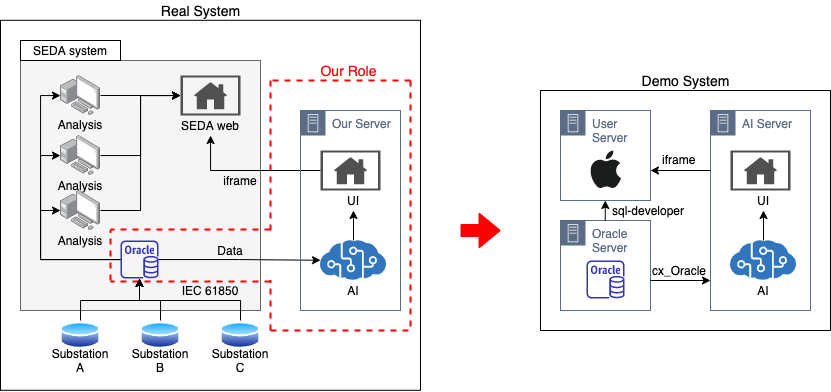
shkim-Pandamon/pandamon.github.io keeps this draw.io diagram as images/2021-03-22-demo_system_0_fig1.png. Above is the earlier version. Source tidied: cells renumbered, new cells last; positions are measured from the earlier drawing's top-left corner, leaving out a move shared by most shapes. Its diagram source:
```xml
<mxGraphModel>
  <root>
    <mxCell id="0" />
    <mxCell id="1" parent="0" />
    <mxCell id="2" style="rounded=0;whiteSpace=wrap;html=1;fontSize=12;fontColor=#000000;align=left;" parent="1" vertex="1">
      <mxGeometry x="540" y="90" width="290" height="240" as="geometry" />
    </mxCell>
    <mxCell id="3" style="group;" parent="1" vertex="1">
      <mxGeometry y="20" width="420" height="370" as="geometry" />
    </mxCell>
    <mxCell id="4" style="group;" parent="3" vertex="1">
      <mxGeometry x="20" y="20" width="400" height="349.8" as="geometry" />
    </mxCell>
    <mxCell id="5" style="rounded=0;whiteSpace=wrap;html=1;" parent="4" vertex="1">
      <mxGeometry x="-20" y="-20.2" width="420" height="370" as="geometry" />
    </mxCell>
    <mxCell id="6" style="rounded=0;whiteSpace=wrap;html=1;fillColor=#f5f5f5;strokeColor=#666666;fontColor=#333333;" parent="4" vertex="1">
      <mxGeometry y="20" width="240" height="250" as="geometry" />
    </mxCell>
    <mxCell id="7" style="points=[];html=1;align=center;shadow=0;dashed=0;image;image=img/lib/allied_telesis/computer_and_terminals/Personal_Computer_with_Server.svg;fillColor=none;" parent="4" vertex="1">
      <mxGeometry x="40" y="35" width="40" height="40" as="geometry" />
    </mxCell>
    <mxCell id="8" style="points=[];html=1;align=center;shadow=0;dashed=0;image;image=img/lib/allied_telesis/computer_and_terminals/Personal_Computer_with_Server.svg;fillColor=none;" parent="4" vertex="1">
      <mxGeometry x="40" y="95" width="40" height="40" as="geometry" />
    </mxCell>
    <mxCell id="9" style="points=[];html=1;align=center;shadow=0;dashed=0;image;image=img/lib/allied_telesis/computer_and_terminals/Personal_Computer_with_Server.svg;fillColor=none;" parent="4" vertex="1">
      <mxGeometry x="40" y="150" width="40" height="40" as="geometry" />
    </mxCell>
    <mxCell id="10" value="Analysis" style="text;html=1;strokeColor=none;fillColor=none;align=center;verticalAlign=middle;whiteSpace=wrap;rounded=0;" parent="4" vertex="1">
      <mxGeometry x="40" y="74" width="40" height="20" as="geometry" />
    </mxCell>
    <mxCell id="11" value="Analysis" style="text;html=1;strokeColor=none;fillColor=none;align=center;verticalAlign=middle;whiteSpace=wrap;rounded=0;" parent="4" vertex="1">
      <mxGeometry x="40" y="135" width="40" height="20" as="geometry" />
    </mxCell>
    <mxCell id="12" value="Analysis" style="text;html=1;strokeColor=none;fillColor=none;align=center;verticalAlign=middle;whiteSpace=wrap;rounded=0;" parent="4" vertex="1">
      <mxGeometry x="40" y="190" width="40" height="20" as="geometry" />
    </mxCell>
    <mxCell id="13" style="perimeter=ellipsePerimeter;html=1;align=center;shadow=0;dashed=0;spacingTop=3;image;image=img/lib/active_directory/database.svg;" parent="4" vertex="1">
      <mxGeometry x="40" y="280" width="40" height="29.6" as="geometry" />
    </mxCell>
    <mxCell id="14" style="perimeter=ellipsePerimeter;html=1;align=center;shadow=0;dashed=0;spacingTop=3;image;image=img/lib/active_directory/database.svg;" parent="4" vertex="1">
      <mxGeometry x="120" y="280" width="40" height="29.6" as="geometry" />
    </mxCell>
    <mxCell id="15" style="perimeter=ellipsePerimeter;html=1;align=center;shadow=0;dashed=0;spacingTop=3;image;image=img/lib/active_directory/database.svg;" parent="4" vertex="1">
      <mxGeometry x="200" y="280" width="40" height="29.6" as="geometry" />
    </mxCell>
    <mxCell id="16" value="Substation&lt;br&gt;A" style="text;html=1;strokeColor=none;fillColor=none;align=center;verticalAlign=middle;whiteSpace=wrap;rounded=0;" parent="4" vertex="1">
      <mxGeometry x="40" y="309.6" width="40" height="20" as="geometry" />
    </mxCell>
    <mxCell id="17" value="Substation&lt;br&gt;B" style="text;html=1;strokeColor=none;fillColor=none;align=center;verticalAlign=middle;whiteSpace=wrap;rounded=0;" parent="4" vertex="1">
      <mxGeometry x="120" y="309.6" width="40" height="20" as="geometry" />
    </mxCell>
    <mxCell id="18" value="Substation&lt;br&gt;C" style="text;html=1;strokeColor=none;fillColor=none;align=center;verticalAlign=middle;whiteSpace=wrap;rounded=0;" parent="4" vertex="1">
      <mxGeometry x="200" y="309.6" width="40" height="20" as="geometry" />
    </mxCell>
    <mxCell id="19" value="SEDA system" style="rounded=0;whiteSpace=wrap;html=1;" parent="4" vertex="1">
      <mxGeometry width="100" height="20" as="geometry" />
    </mxCell>
    <mxCell id="20" style="edgeStyle=orthogonalEdgeStyle;rounded=0;jettySize=auto;html=1;" parent="4" edge="1" source="23" target="9">
      <mxGeometry relative="1" as="geometry">
        <Array as="points">
          <mxPoint x="20" y="219" />
          <mxPoint x="20" y="170" />
        </Array>
      </mxGeometry>
    </mxCell>
    <mxCell id="21" style="edgeStyle=orthogonalEdgeStyle;rounded=0;jettySize=auto;html=1;" parent="4" edge="1" source="23" target="8">
      <mxGeometry relative="1" as="geometry">
        <Array as="points">
          <mxPoint x="20" y="219" />
          <mxPoint x="20" y="115" />
        </Array>
      </mxGeometry>
    </mxCell>
    <mxCell id="22" style="edgeStyle=orthogonalEdgeStyle;rounded=0;jettySize=auto;html=1;" parent="4" edge="1" source="23" target="7">
      <mxGeometry relative="1" as="geometry">
        <Array as="points">
          <mxPoint x="20" y="219" />
          <mxPoint x="20" y="55" />
        </Array>
      </mxGeometry>
    </mxCell>
    <mxCell id="23" style="outlineConnect=0;fontColor=#232F3E;gradientColor=none;fillColor=#3334B9;strokeColor=none;dashed=0;verticalLabelPosition=bottom;verticalAlign=top;align=center;html=1;fontSize=12;fontStyle=0;shape=mxgraph.aws4.rds_oracle_instance;" parent="4" vertex="1">
      <mxGeometry x="100" y="200" width="38" height="38" as="geometry" />
    </mxCell>
    <mxCell id="24" style="edgeStyle=orthogonalEdgeStyle;rounded=0;jettySize=auto;html=1;exitX=0.5;exitY=0;exitDx=0;exitDy=0;" parent="4" edge="1" source="13" target="23">
      <mxGeometry relative="1" as="geometry">
        <Array as="points">
          <mxPoint x="60" y="260" />
          <mxPoint x="119" y="260" />
        </Array>
      </mxGeometry>
    </mxCell>
    <mxCell id="25" style="edgeStyle=orthogonalEdgeStyle;rounded=0;jettySize=auto;html=1;exitX=0.5;exitY=0;exitDx=0;exitDy=0;" parent="4" edge="1" source="14" target="23">
      <mxGeometry relative="1" as="geometry">
        <Array as="points">
          <mxPoint x="140" y="260" />
          <mxPoint x="119" y="260" />
        </Array>
      </mxGeometry>
    </mxCell>
    <mxCell id="26" style="edgeStyle=orthogonalEdgeStyle;rounded=0;jettySize=auto;html=1;exitX=0.5;exitY=0;exitDx=0;exitDy=0;" parent="4" edge="1" source="15" target="23">
      <mxGeometry relative="1" as="geometry">
        <Array as="points">
          <mxPoint x="220" y="260" />
          <mxPoint x="119" y="260" />
        </Array>
      </mxGeometry>
    </mxCell>
    <mxCell id="27" style="edgeStyle=orthogonalEdgeStyle;rounded=0;jettySize=auto;html=1;" parent="4" edge="1" source="23" target="43">
      <mxGeometry relative="1" as="geometry" />
    </mxCell>
    <mxCell id="28" style="shadow=0;dashed=0;html=1;strokeColor=none;fillColor=#505050;labelPosition=center;verticalLabelPosition=bottom;verticalAlign=top;outlineConnect=0;align=center;shape=mxgraph.office.concepts.home_page;" parent="4" vertex="1">
      <mxGeometry x="160" y="35" width="60" height="40" as="geometry" />
    </mxCell>
    <mxCell id="29" style="edgeStyle=orthogonalEdgeStyle;rounded=0;jettySize=auto;html=1;" parent="4" edge="1" source="7" target="28">
      <mxGeometry relative="1" as="geometry" />
    </mxCell>
    <mxCell id="30" style="edgeStyle=orthogonalEdgeStyle;rounded=0;jettySize=auto;html=1;" parent="4" edge="1" source="8" target="28">
      <mxGeometry relative="1" as="geometry">
        <Array as="points">
          <mxPoint x="120" y="115" />
          <mxPoint x="120" y="55" />
        </Array>
      </mxGeometry>
    </mxCell>
    <mxCell id="31" style="edgeStyle=orthogonalEdgeStyle;rounded=0;jettySize=auto;html=1;" parent="4" edge="1" source="9" target="28">
      <mxGeometry relative="1" as="geometry">
        <Array as="points">
          <mxPoint x="120" y="170" />
          <mxPoint x="120" y="55" />
        </Array>
      </mxGeometry>
    </mxCell>
    <mxCell id="32" value="SEDA web" style="text;html=1;strokeColor=none;fillColor=none;align=center;verticalAlign=middle;whiteSpace=wrap;rounded=0;" parent="4" vertex="1">
      <mxGeometry x="140" y="75" width="100" height="20" as="geometry" />
    </mxCell>
    <mxCell id="33" style="edgeStyle=orthogonalEdgeStyle;rounded=0;jettySize=auto;html=1;" parent="4" edge="1" source="47" target="32">
      <mxGeometry relative="1" as="geometry" />
    </mxCell>
    <mxCell id="34" value="IEC 61850" style="text;html=1;strokeColor=none;fillColor=none;align=center;verticalAlign=middle;whiteSpace=wrap;rounded=0;" parent="4" vertex="1">
      <mxGeometry x="160" y="239.6" width="60" height="20" as="geometry" />
    </mxCell>
    <mxCell id="35" value="iframe" style="text;html=1;strokeColor=none;fillColor=none;align=center;verticalAlign=middle;whiteSpace=wrap;rounded=0;" parent="4" vertex="1">
      <mxGeometry x="190" y="130" width="60" height="20" as="geometry" />
    </mxCell>
    <mxCell id="36" value="Data" style="text;html=1;strokeColor=none;fillColor=none;align=center;verticalAlign=middle;whiteSpace=wrap;rounded=0;" parent="4" vertex="1">
      <mxGeometry x="180" y="200" width="60" height="20" as="geometry" />
    </mxCell>
    <mxCell id="37" style="endArrow=none;dashed=1;html=1;fontSize=14;strokeColor=#FF0000;strokeWidth=2;" parent="4" edge="1">
      <mxGeometry relative="1" as="geometry">
        <mxPoint x="250" y="189" as="sourcePoint" />
        <mxPoint x="90" y="189" as="targetPoint" />
      </mxGeometry>
    </mxCell>
    <mxCell id="38" style="endArrow=none;dashed=1;html=1;fontSize=14;strokeColor=#FF0000;strokeWidth=2;" parent="4" edge="1">
      <mxGeometry relative="1" as="geometry">
        <mxPoint x="250" y="241" as="sourcePoint" />
        <mxPoint x="90" y="241" as="targetPoint" />
      </mxGeometry>
    </mxCell>
    <mxCell id="39" style="endArrow=none;dashed=1;html=1;fontSize=14;strokeColor=#FF0000;strokeWidth=2;" parent="4" edge="1">
      <mxGeometry relative="1" as="geometry">
        <mxPoint x="90" y="240" as="sourcePoint" />
        <mxPoint x="90" y="190" as="targetPoint" />
      </mxGeometry>
    </mxCell>
    <mxCell id="40" value="&lt;font color=&quot;#ff0000&quot;&gt;Our Role&lt;/font&gt;" style="text;html=1;align=center;verticalAlign=middle;fontSize=14;" parent="4" vertex="1">
      <mxGeometry x="293" y="20" width="70" height="20" as="geometry" />
    </mxCell>
    <mxCell id="41" style="group;" parent="4" vertex="1">
      <mxGeometry x="280" y="70" width="103" height="200" as="geometry" />
    </mxCell>
    <mxCell id="42" value="Our Server" style="gradientColor=none;html=1;whiteSpace=wrap;fontSize=12;fontStyle=0;shape=mxgraph.aws4.group;grIcon=mxgraph.aws4.group_on_premise;strokeColor=#5A6C86;fillColor=none;verticalAlign=top;align=left;spacingLeft=30;fontColor=#5A6C86;dashed=0;" parent="41" vertex="1">
      <mxGeometry width="100" height="200" as="geometry" />
    </mxCell>
    <mxCell id="43" style="html=1;points=[];align=center;image;fontSize=12;image=img/lib/mscae/Cognitive_Services.svg;fillColor=none;" parent="41" vertex="1">
      <mxGeometry x="20" y="130" width="66" height="39.6" as="geometry" />
    </mxCell>
    <mxCell id="44" value="AI" style="text;html=1;strokeColor=none;fillColor=none;align=center;verticalAlign=middle;whiteSpace=wrap;rounded=0;" parent="41" vertex="1">
      <mxGeometry x="23" y="169.6" width="60" height="20" as="geometry" />
    </mxCell>
    <mxCell id="45" style="edgeStyle=orthogonalEdgeStyle;rounded=0;jettySize=auto;html=1;entryX=0.5;entryY=1;entryDx=0;entryDy=0;" parent="41" edge="1" source="43" target="48">
      <mxGeometry relative="1" as="geometry" />
    </mxCell>
    <mxCell id="46" style="group;" parent="41" vertex="1">
      <mxGeometry x="3" y="40" width="100" height="60" as="geometry" />
    </mxCell>
    <mxCell id="47" style="shadow=0;dashed=0;html=1;strokeColor=none;fillColor=#505050;labelPosition=center;verticalLabelPosition=bottom;verticalAlign=top;outlineConnect=0;align=center;shape=mxgraph.office.concepts.home_page;" parent="46" vertex="1">
      <mxGeometry x="17" width="60" height="40" as="geometry" />
    </mxCell>
    <mxCell id="48" value="UI" style="text;html=1;strokeColor=none;fillColor=none;align=center;verticalAlign=middle;whiteSpace=wrap;rounded=0;" parent="46" vertex="1">
      <mxGeometry y="40" width="100" height="20" as="geometry" />
    </mxCell>
    <mxCell id="49" value="Real System" style="text;html=1;align=center;verticalAlign=middle;fontSize=14;" parent="1" vertex="1">
      <mxGeometry x="155" width="90" height="20" as="geometry" />
    </mxCell>
    <mxCell id="50" style="endArrow=none;dashed=1;html=1;fontSize=14;strokeColor=#FF0000;strokeWidth=2;" parent="1" edge="1">
      <mxGeometry relative="1" as="geometry">
        <mxPoint x="270" y="230" as="sourcePoint" />
        <mxPoint x="270" y="80" as="targetPoint" />
      </mxGeometry>
    </mxCell>
    <mxCell id="51" style="endArrow=none;dashed=1;html=1;fontSize=14;strokeColor=#FF0000;strokeWidth=2;" parent="1" edge="1">
      <mxGeometry relative="1" as="geometry">
        <mxPoint x="410" y="80" as="sourcePoint" />
        <mxPoint x="270" y="80" as="targetPoint" />
      </mxGeometry>
    </mxCell>
    <mxCell id="52" style="endArrow=none;dashed=1;html=1;fontSize=14;strokeColor=#FF0000;strokeWidth=2;" parent="1" edge="1">
      <mxGeometry relative="1" as="geometry">
        <mxPoint x="410" y="80" as="sourcePoint" />
        <mxPoint x="410" y="330" as="targetPoint" />
      </mxGeometry>
    </mxCell>
    <mxCell id="53" style="endArrow=none;dashed=1;html=1;fontSize=14;strokeColor=#FF0000;strokeWidth=2;" parent="1" edge="1">
      <mxGeometry relative="1" as="geometry">
        <mxPoint x="270" y="330" as="sourcePoint" />
        <mxPoint x="410" y="330" as="targetPoint" />
      </mxGeometry>
    </mxCell>
    <mxCell id="54" style="endArrow=none;dashed=1;html=1;fontSize=14;strokeColor=#FF0000;strokeWidth=2;" parent="1" edge="1">
      <mxGeometry relative="1" as="geometry">
        <mxPoint x="270" y="330" as="sourcePoint" />
        <mxPoint x="270" y="280" as="targetPoint" />
      </mxGeometry>
    </mxCell>
    <mxCell id="55" style="shape=flexArrow;endArrow=classic;html=1;strokeColor=#FF0000;strokeWidth=2;fontSize=14;fontColor=#FF0000;fillColor=#FF0000;" parent="1" edge="1">
      <mxGeometry relative="1" as="geometry">
        <mxPoint x="460" y="230" as="sourcePoint" />
        <mxPoint x="500" y="230" as="targetPoint" />
      </mxGeometry>
    </mxCell>
    <mxCell id="56" style="group;" parent="1" vertex="1">
      <mxGeometry x="560" y="110" width="270" height="220" as="geometry" />
    </mxCell>
    <mxCell id="57" style="group;" parent="56" vertex="1">
      <mxGeometry x="150" width="103" height="200" as="geometry" />
    </mxCell>
    <mxCell id="58" value="AI Server" style="gradientColor=none;html=1;whiteSpace=wrap;fontSize=12;fontStyle=0;shape=mxgraph.aws4.group;grIcon=mxgraph.aws4.group_on_premise;strokeColor=#5A6C86;fillColor=none;verticalAlign=top;align=left;spacingLeft=30;fontColor=#5A6C86;dashed=0;" parent="57" vertex="1">
      <mxGeometry width="100" height="200" as="geometry" />
    </mxCell>
    <mxCell id="59" style="html=1;points=[];align=center;image;fontSize=12;image=img/lib/mscae/Cognitive_Services.svg;fillColor=none;" parent="57" vertex="1">
      <mxGeometry x="20" y="130" width="66" height="39.6" as="geometry" />
    </mxCell>
    <mxCell id="60" value="AI" style="text;html=1;strokeColor=none;fillColor=none;align=center;verticalAlign=middle;whiteSpace=wrap;rounded=0;" parent="57" vertex="1">
      <mxGeometry x="23" y="169.6" width="60" height="20" as="geometry" />
    </mxCell>
    <mxCell id="61" style="edgeStyle=orthogonalEdgeStyle;rounded=0;jettySize=auto;html=1;entryX=0.5;entryY=1;entryDx=0;entryDy=0;" parent="57" edge="1" source="59" target="64">
      <mxGeometry relative="1" as="geometry" />
    </mxCell>
    <mxCell id="62" style="group;" parent="57" vertex="1">
      <mxGeometry x="3" y="40" width="100" height="60" as="geometry" />
    </mxCell>
    <mxCell id="63" style="shadow=0;dashed=0;html=1;strokeColor=none;fillColor=#505050;labelPosition=center;verticalLabelPosition=bottom;verticalAlign=top;align=center;shape=mxgraph.office.concepts.home_page;" parent="62" vertex="1">
      <mxGeometry x="17" width="60" height="40" as="geometry" />
    </mxCell>
    <mxCell id="64" value="UI" style="text;html=1;strokeColor=none;fillColor=none;align=center;verticalAlign=middle;whiteSpace=wrap;rounded=0;" parent="62" vertex="1">
      <mxGeometry y="40" width="100" height="20" as="geometry" />
    </mxCell>
    <mxCell id="65" style="group;" parent="56" vertex="1">
      <mxGeometry y="110" width="90" height="90" as="geometry" />
    </mxCell>
    <mxCell id="66" style="fontColor=#232F3E;gradientColor=none;fillColor=#3334B9;strokeColor=none;dashed=0;verticalLabelPosition=bottom;verticalAlign=top;align=center;html=1;fontSize=12;fontStyle=0;shape=mxgraph.aws4.rds_oracle_instance;" parent="65" vertex="1">
      <mxGeometry x="26" y="40" width="38" height="38" as="geometry" />
    </mxCell>
    <mxCell id="67" value="Oracle Server" style="gradientColor=none;html=1;whiteSpace=wrap;fontSize=12;fontStyle=0;shape=mxgraph.aws4.group;grIcon=mxgraph.aws4.group_on_premise;strokeColor=#5A6C86;fillColor=none;verticalAlign=top;align=left;spacingLeft=30;fontColor=#5A6C86;dashed=0;" parent="65" vertex="1">
      <mxGeometry width="90" height="90" as="geometry" />
    </mxCell>
    <mxCell id="68" style="group;" parent="56" vertex="1">
      <mxGeometry width="270" height="220" as="geometry" />
    </mxCell>
    <mxCell id="69" value="User Server" style="gradientColor=none;html=1;whiteSpace=wrap;fontSize=12;fontStyle=0;shape=mxgraph.aws4.group;grIcon=mxgraph.aws4.group_on_premise;strokeColor=#5A6C86;fillColor=none;verticalAlign=top;align=left;spacingLeft=30;fontColor=#5A6C86;dashed=0;" parent="68" vertex="1">
      <mxGeometry width="90" height="90" as="geometry" />
    </mxCell>
    <mxCell id="70" style="dashed=0;html=1;align=center;labelPosition=center;verticalLabelPosition=bottom;verticalAlign=top;shape=mxgraph.weblogos.apple;fillColor=#1B1C1C;strokeColor=none;fontSize=14;fontColor=#FF0000;" parent="68" vertex="1">
      <mxGeometry x="29.4" y="40" width="31.2" height="38.1" as="geometry" />
    </mxCell>
    <mxCell id="71" style="endArrow=classic;html=1;strokeColor=#000000;strokeWidth=1;fillColor=#FF0000;fontSize=14;fontColor=#FF0000;" parent="56" edge="1">
      <mxGeometry relative="1" as="geometry">
        <mxPoint x="150" y="60" as="sourcePoint" />
        <mxPoint x="90" y="60" as="targetPoint" />
      </mxGeometry>
    </mxCell>
    <mxCell id="72" style="endArrow=classic;html=1;strokeColor=#000000;strokeWidth=1;fillColor=#FF0000;fontSize=14;fontColor=#FF0000;" parent="56" edge="1">
      <mxGeometry relative="1" as="geometry">
        <mxPoint x="90" y="170" as="sourcePoint" />
        <mxPoint x="150" y="170" as="targetPoint" />
      </mxGeometry>
    </mxCell>
    <mxCell id="73" style="endArrow=classic;html=1;strokeColor=#000000;strokeWidth=1;fillColor=#FF0000;fontSize=14;fontColor=#FF0000;" parent="56" edge="1">
      <mxGeometry relative="1" as="geometry">
        <mxPoint x="44.8" y="110" as="sourcePoint" />
        <mxPoint x="44.8" y="90" as="targetPoint" />
      </mxGeometry>
    </mxCell>
    <mxCell id="74" value="cx_Oracle" style="text;html=1;strokeColor=none;fillColor=none;align=left;verticalAlign=middle;whiteSpace=wrap;rounded=0;fontSize=12;" parent="56" vertex="1">
      <mxGeometry x="90" y="150" width="40" height="20" as="geometry" />
    </mxCell>
    <mxCell id="75" value="sql-developer" style="text;html=1;strokeColor=none;fillColor=none;align=left;verticalAlign=middle;whiteSpace=wrap;rounded=0;fontSize=12;" parent="56" vertex="1">
      <mxGeometry x="50" y="90" width="80" height="20" as="geometry" />
    </mxCell>
    <mxCell id="76" value="iframe" style="text;html=1;strokeColor=none;fillColor=none;align=left;verticalAlign=middle;whiteSpace=wrap;rounded=0;fontSize=12;" parent="56" vertex="1">
      <mxGeometry x="100" y="39.1" width="40" height="20" as="geometry" />
    </mxCell>
    <mxCell id="77" value="Demo System" style="text;html=1;align=center;verticalAlign=middle;fontSize=14;" parent="1" vertex="1">
      <mxGeometry x="635" y="70" width="100" height="20" as="geometry" />
    </mxCell>
  </root>
</mxGraphModel>
```
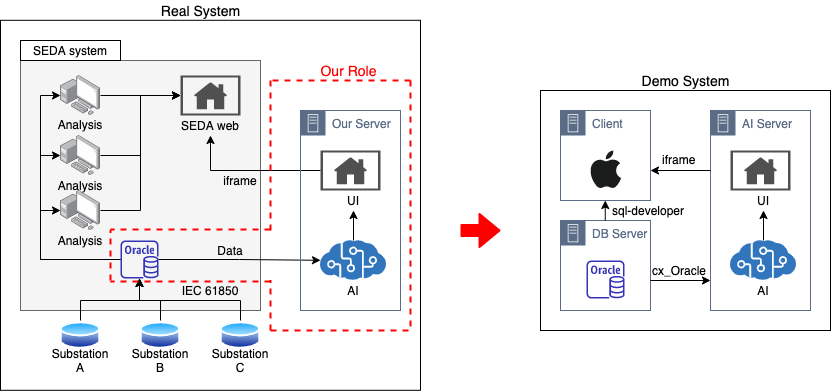
After the commit.

What changed in the source:
```diff
@@ -264,13 +264,13 @@
     <mxCell id="66" style="fontColor=#232F3E;gradientColor=none;fillColor=#3334B9;strokeColor=none;dashed=0;verticalLabelPosition=bottom;verticalAlign=top;align=center;html=1;fontSize=12;fontStyle=0;shape=mxgraph.aws4.rds_oracle_instance;" parent="65" vertex="1">
       <mxGeometry x="26" y="40" width="38" height="38" as="geometry" />
     </mxCell>
-    <mxCell id="67" value="Oracle Server" style="gradientColor=none;html=1;whiteSpace=wrap;fontSize=12;fontStyle=0;shape=mxgraph.aws4.group;grIcon=mxgraph.aws4.group_on_premise;strokeColor=#5A6C86;fillColor=none;verticalAlign=top;align=left;spacingLeft=30;fontColor=#5A6C86;dashed=0;" parent="65" vertex="1">
+    <mxCell id="67" value="DB Server" style="gradientColor=none;html=1;whiteSpace=wrap;fontSize=12;fontStyle=0;shape=mxgraph.aws4.group;grIcon=mxgraph.aws4.group_on_premise;strokeColor=#5A6C86;fillColor=none;verticalAlign=top;align=left;spacingLeft=30;fontColor=#5A6C86;dashed=0;" parent="65" vertex="1">
       <mxGeometry width="90" height="90" as="geometry" />
     </mxCell>
     <mxCell id="68" style="group;" parent="56" vertex="1">
       <mxGeometry width="270" height="220" as="geometry" />
     </mxCell>
-    <mxCell id="69" value="User Server" style="gradientColor=none;html=1;whiteSpace=wrap;fontSize=12;fontStyle=0;shape=mxgraph.aws4.group;grIcon=mxgraph.aws4.group_on_premise;strokeColor=#5A6C86;fillColor=none;verticalAlign=top;align=left;spacingLeft=30;fontColor=#5A6C86;dashed=0;" parent="68" vertex="1">
+    <mxCell id="69" value="Client" style="gradientColor=none;html=1;whiteSpace=wrap;fontSize=12;fontStyle=0;shape=mxgraph.aws4.group;grIcon=mxgraph.aws4.group_on_premise;strokeColor=#5A6C86;fillColor=none;verticalAlign=top;align=left;spacingLeft=30;fontColor=#5A6C86;dashed=0;" parent="68" vertex="1">
       <mxGeometry width="90" height="90" as="geometry" />
     </mxCell>
     <mxCell id="70" style="dashed=0;html=1;align=center;labelPosition=center;verticalLabelPosition=bottom;verticalAlign=top;shape=mxgraph.weblogos.apple;fillColor=#1B1C1C;strokeColor=none;fontSize=14;fontColor=#FF0000;" parent="68" vertex="1">
```
